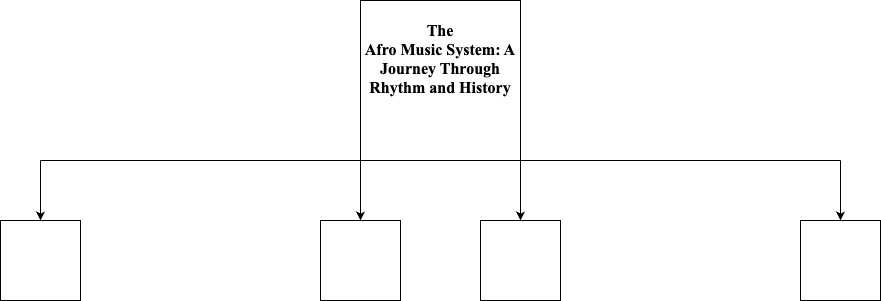
Before: AFM.drawio.png, a diagram exported from draw.io (Kai39d/Hello-World). Source tidied: cells renumbered, new cells last; positions are measured from the earlier drawing's top-left corner, leaving out a move shared by most shapes.
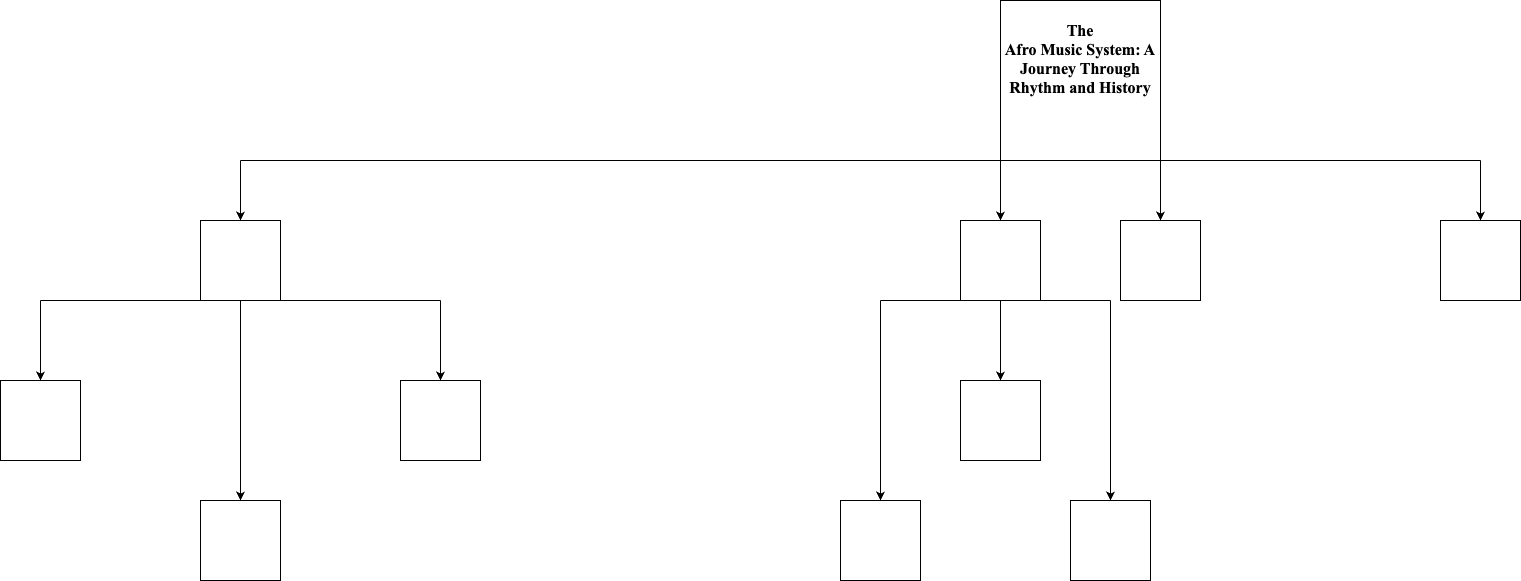
After the change.

Change to the diagram source:
```diff
@@ -2,46 +2,118 @@
   <root>
     <mxCell id="0" />
     <mxCell id="1" parent="0" />
+    <mxCell id="13" style="group;" parent="1" vertex="1">
+      <mxGeometry x="440" width="880" height="300" as="geometry" />
+    </mxCell>
-    <mxCell id="2" value="&#10;&lt;b&gt;&lt;span style=&quot;font-size:12.0pt;font-family:&amp;quot;Times New Roman&amp;quot;,serif;&#10;mso-fareast-font-family:&amp;quot;Times New Roman&amp;quot;;color:black;mso-themecolor:text1;&#10;background:yellow;mso-highlight:yellow;mso-font-kerning:0pt;mso-ligatures:none;&#10;mso-ansi-language:EN-US;mso-fareast-language:EN-US;mso-bidi-language:AR-SA&quot;&gt;The&#10;Afro Music System: A Journey Through Rhythm and History&lt;/span&gt;&lt;/b&gt;&#10;&#10;&#10;&#10;" style="whiteSpace=wrap;html=1;" parent="1" vertex="1">
+    <mxCell id="2" value="&#10;&lt;b&gt;&lt;span style=&quot;font-size:12.0pt;font-family:&amp;quot;Times New Roman&amp;quot;,serif;&#10;mso-fareast-font-family:&amp;quot;Times New Roman&amp;quot;;color:black;mso-themecolor:text1;&#10;background:yellow;mso-highlight:yellow;mso-font-kerning:0pt;mso-ligatures:none;&#10;mso-ansi-language:EN-US;mso-fareast-language:EN-US;mso-bidi-language:AR-SA&quot;&gt;The&#10;Afro Music System: A Journey Through Rhythm and History&lt;/span&gt;&lt;/b&gt;&#10;&#10;&#10;&#10;" style="whiteSpace=wrap;html=1;" parent="13" vertex="1">
       <mxGeometry x="360" width="160" height="160" as="geometry" />
     </mxCell>
-    <mxCell id="3" style="endArrow=none;html=1;rounded=0;entryX=0;entryY=1;entryDx=0;entryDy=0;" parent="1" edge="1" target="2">
+    <mxCell id="3" style="endArrow=none;html=1;rounded=0;entryX=0;entryY=1;entryDx=0;entryDy=0;" parent="13" edge="1" target="2">
       <mxGeometry relative="1" as="geometry">
-        <mxPoint x="40" y="160" as="sourcePoint" />
+        <mxPoint x="-400" y="160" as="sourcePoint" />
       </mxGeometry>
     </mxCell>
-    <mxCell id="4" style="endArrow=none;html=1;rounded=0;entryX=1;entryY=1;entryDx=0;entryDy=0;" parent="1" edge="1" target="2">
+    <mxCell id="4" style="endArrow=none;html=1;rounded=0;entryX=1;entryY=1;entryDx=0;entryDy=0;" parent="13" edge="1" target="2">
       <mxGeometry relative="1" as="geometry">
         <mxPoint x="840" y="160" as="sourcePoint" />
       </mxGeometry>
     </mxCell>
-    <mxCell id="5" style="whiteSpace=wrap;html=1;" parent="1" vertex="1">
+    <mxCell id="5" style="whiteSpace=wrap;html=1;" parent="13" vertex="1">
       <mxGeometry x="800" y="220" width="80" height="80" as="geometry" />
     </mxCell>
-    <mxCell id="6" style="whiteSpace=wrap;html=1;" parent="1" vertex="1">
+    <mxCell id="6" style="whiteSpace=wrap;html=1;" parent="13" vertex="1">
       <mxGeometry x="480" y="220" width="80" height="80" as="geometry" />
     </mxCell>
-    <mxCell id="7" style="whiteSpace=wrap;html=1;" parent="1" vertex="1">
+    <mxCell id="7" style="whiteSpace=wrap;html=1;" parent="13" vertex="1">
       <mxGeometry x="320" y="220" width="80" height="80" as="geometry" />
     </mxCell>
-    <mxCell id="8" style="whiteSpace=wrap;html=1;" parent="1" vertex="1">
-      <mxGeometry y="220" width="80" height="80" as="geometry" />
-    </mxCell>
-    <mxCell id="9" style="endArrow=classic;html=1;rounded=0;entryX=0.5;entryY=0;entryDx=0;entryDy=0;" parent="1" edge="1" target="5">
+    <mxCell id="9" style="endArrow=classic;html=1;rounded=0;entryX=0.5;entryY=0;entryDx=0;entryDy=0;" parent="13" edge="1" target="5">
       <mxGeometry relative="1" as="geometry">
         <mxPoint x="840" y="160" as="sourcePoint" />
       </mxGeometry>
     </mxCell>
-    <mxCell id="10" style="endArrow=classic;html=1;rounded=0;exitX=1;exitY=1;exitDx=0;exitDy=0;entryX=0.5;entryY=0;entryDx=0;entryDy=0;" parent="1" edge="1" source="2" target="6">
+    <mxCell id="10" style="endArrow=classic;html=1;rounded=0;exitX=1;exitY=1;exitDx=0;exitDy=0;entryX=0.5;entryY=0;entryDx=0;entryDy=0;" parent="13" edge="1" source="2" target="6">
       <mxGeometry relative="1" as="geometry" />
     </mxCell>
-    <mxCell id="11" style="endArrow=classic;html=1;rounded=0;exitX=0;exitY=1;exitDx=0;exitDy=0;entryX=0.5;entryY=0;entryDx=0;entryDy=0;" parent="1" edge="1" source="2" target="7">
+    <mxCell id="11" style="endArrow=classic;html=1;rounded=0;exitX=0;exitY=1;exitDx=0;exitDy=0;entryX=0.5;entryY=0;entryDx=0;entryDy=0;" parent="13" edge="1" source="2" target="7">
       <mxGeometry relative="1" as="geometry" />
     </mxCell>
-    <mxCell id="12" style="endArrow=classic;html=1;rounded=0;entryX=0.5;entryY=0;entryDx=0;entryDy=0;" parent="1" edge="1" target="8">
+    <mxCell id="12" style="endArrow=classic;html=1;rounded=0;entryX=0.5;entryY=0;entryDx=0;entryDy=0;" parent="13" edge="1" target="8">
       <mxGeometry relative="1" as="geometry">
-        <mxPoint x="40" y="160" as="sourcePoint" />
+        <mxPoint x="-400" y="160" as="sourcePoint" />
       </mxGeometry>
     </mxCell>
+    <mxCell id="14" style="endArrow=none;html=1;rounded=0;entryX=1;entryY=1;entryDx=0;entryDy=0;" parent="1" edge="1" target="8">
+      <mxGeometry relative="1" as="geometry">
+        <mxPoint x="240" y="300" as="sourcePoint" />
+      </mxGeometry>
+    </mxCell>
+    <mxCell id="15" style="endArrow=classic;html=1;rounded=0;" parent="1" edge="1">
+      <mxGeometry relative="1" as="geometry">
+        <mxPoint x="240" y="300" as="sourcePoint" />
+        <mxPoint x="240" y="380" as="targetPoint" />
+      </mxGeometry>
+    </mxCell>
+    <mxCell id="16" style="endArrow=none;html=1;rounded=0;exitX=0;exitY=1;exitDx=0;exitDy=0;" parent="1" edge="1" source="8">
+      <mxGeometry relative="1" as="geometry">
+        <mxPoint x="-160" y="300" as="targetPoint" />
+      </mxGeometry>
+    </mxCell>
+    <mxCell id="17" style="endArrow=classic;html=1;rounded=0;entryX=0.5;entryY=0;entryDx=0;entryDy=0;" parent="1" edge="1" target="19">
+      <mxGeometry relative="1" as="geometry">
+        <mxPoint x="-160" y="300" as="sourcePoint" />
+      </mxGeometry>
+    </mxCell>
+    <mxCell id="18" style="whiteSpace=wrap;html=1;" parent="1" vertex="1">
+      <mxGeometry x="200" y="380" width="80" height="80" as="geometry" />
+    </mxCell>
+    <mxCell id="19" style="whiteSpace=wrap;html=1;" parent="1" vertex="1">
+      <mxGeometry x="-200" y="380" width="80" height="80" as="geometry" />
+    </mxCell>
+    <mxCell id="20" style="endArrow=classic;html=1;rounded=0;exitX=0.5;exitY=1;exitDx=0;exitDy=0;" parent="1" edge="1" source="8">
+      <mxGeometry relative="1" as="geometry">
+        <mxPoint x="40" y="500" as="targetPoint" />
+      </mxGeometry>
+    </mxCell>
+    <mxCell id="21" style="whiteSpace=wrap;html=1;" parent="1" vertex="1">
+      <mxGeometry y="500" width="80" height="80" as="geometry" />
+    </mxCell>
+    <mxCell id="22" style="endArrow=none;html=1;rounded=0;entryX=0;entryY=1;entryDx=0;entryDy=0;" parent="1" edge="1" target="7">
+      <mxGeometry relative="1" as="geometry">
+        <mxPoint x="680" y="300" as="sourcePoint" />
+      </mxGeometry>
+    </mxCell>
+    <mxCell id="23" style="endArrow=classic;html=1;rounded=0;" parent="1" edge="1">
+      <mxGeometry relative="1" as="geometry">
+        <mxPoint x="680" y="300" as="sourcePoint" />
+        <mxPoint x="680" y="500" as="targetPoint" />
+      </mxGeometry>
+    </mxCell>
+    <mxCell id="24" style="endArrow=none;html=1;rounded=0;entryX=1;entryY=1;entryDx=0;entryDy=0;" parent="1" edge="1" target="7">
+      <mxGeometry relative="1" as="geometry">
+        <mxPoint x="910" y="300" as="sourcePoint" />
+      </mxGeometry>
+    </mxCell>
+    <mxCell id="25" style="endArrow=classic;html=1;rounded=0;" parent="1" edge="1">
+      <mxGeometry relative="1" as="geometry">
+        <mxPoint x="910" y="300" as="sourcePoint" />
+        <mxPoint x="910" y="500" as="targetPoint" />
+      </mxGeometry>
+    </mxCell>
+    <mxCell id="26" style="whiteSpace=wrap;html=1;" parent="1" vertex="1">
+      <mxGeometry x="640" y="500" width="80" height="80" as="geometry" />
+    </mxCell>
+    <mxCell id="27" style="whiteSpace=wrap;html=1;" parent="1" vertex="1">
+      <mxGeometry x="870" y="500" width="80" height="80" as="geometry" />
+    </mxCell>
+    <mxCell id="28" style="endArrow=classic;html=1;rounded=0;exitX=0.5;exitY=1;exitDx=0;exitDy=0;" parent="1" edge="1" source="7" target="29">
+      <mxGeometry relative="1" as="geometry" />
+    </mxCell>
+    <mxCell id="29" style="whiteSpace=wrap;html=1;" parent="1" vertex="1">
+      <mxGeometry x="760" y="380" width="80" height="80" as="geometry" />
+    </mxCell>
+    <mxCell id="8" style="whiteSpace=wrap;html=1;" parent="1" vertex="1">
+      <mxGeometry y="220" width="80" height="80" as="geometry" />
+    </mxCell>
   </root>
 </mxGraphModel>
```
